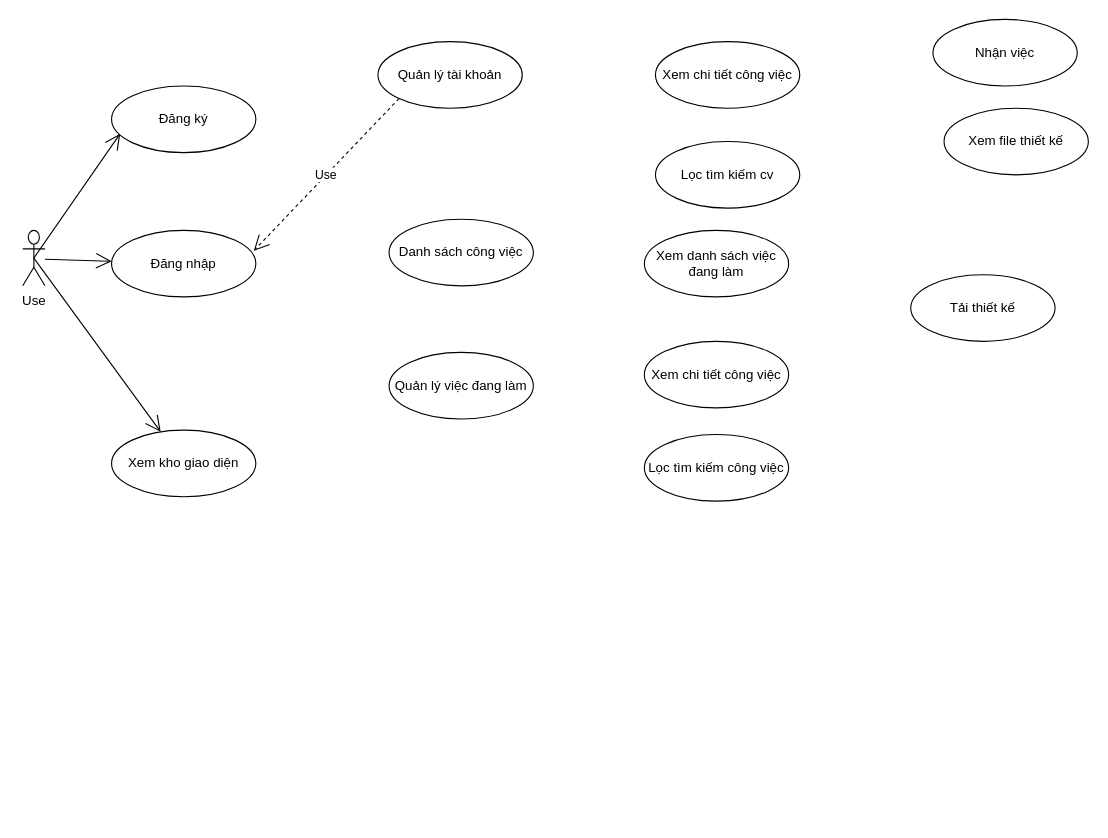
manhhaihust/mdb-docs-and-content keeps this draw.io diagram as Untitled Diagram.drawio. Above is the earlier version. Source tidied: cells renumbered, new cells numbered last; positions are measured from the earlier drawing's top-left corner, leaving out a move shared by most shapes. Both pictures are drawn from the tidied source at 111%, with x=0, y=0 at pixel (22, 19).
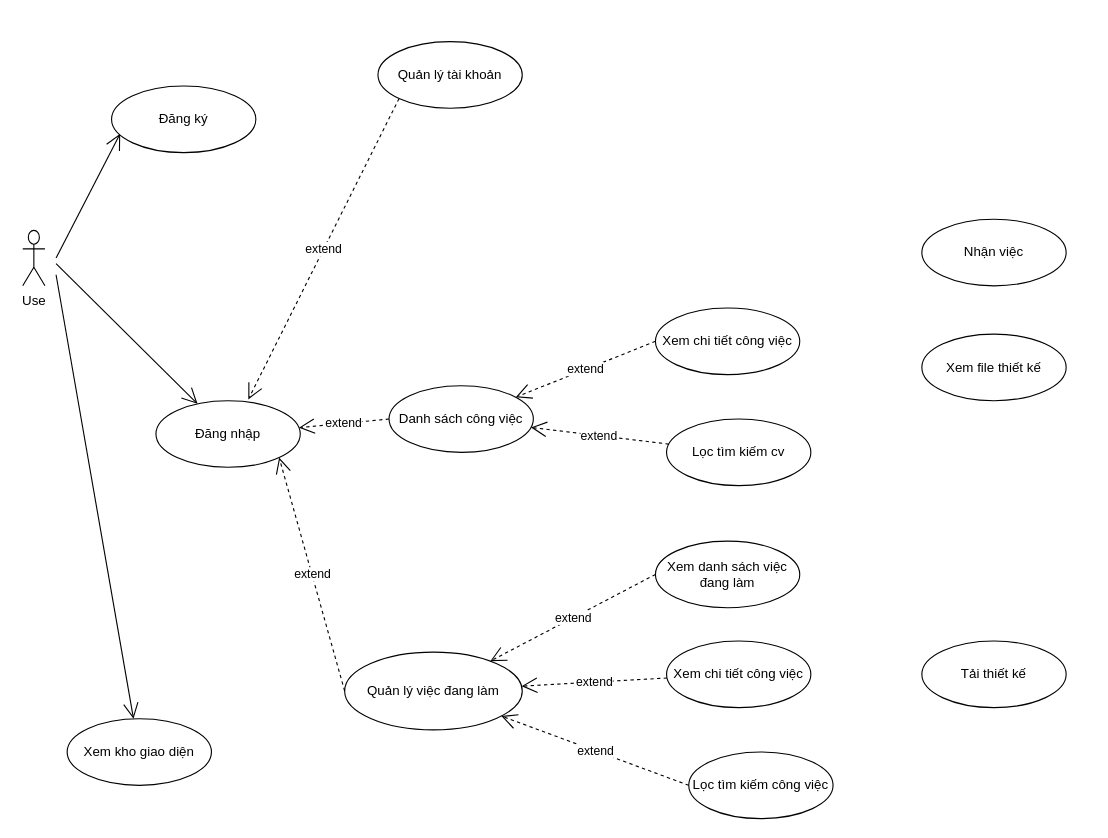
The same page after the edit.

The change refers to these unchanged cells:
```xml
<mxCell id="2" value="Use" style="shape=umlActor;verticalLabelPosition=bottom;verticalAlign=top;html=1;outlineConnect=0;" parent="1" vertex="1">
  <mxGeometry y="190" width="20" height="50" as="geometry" />
</mxCell>
<mxCell id="4" value="Đăng ký" style="ellipse;whiteSpace=wrap;html=1;" parent="1" vertex="1">
  <mxGeometry x="80" y="60" width="130" height="60" as="geometry" />
</mxCell>
<mxCell id="10" value="Quản lý tài khoản" style="ellipse;whiteSpace=wrap;html=1;" parent="1" vertex="1">
  <mxGeometry x="320" y="20" width="130" height="60" as="geometry" />
</mxCell>
```

What changed in the source:
```diff
@@
-    <mxCell id="3" style="endArrow=open;endFill=1;endSize=12;html=1;entryX=0.06;entryY=0.715;entryDx=0;entryDy=0;entryPerimeter=0;exitX=0.5;exitY=0.5;exitDx=0;exitDy=0;exitPerimeter=0;" parent="1" edge="1" source="2" target="4">
-      <mxGeometry relative="1" as="geometry" />
+    <mxCell id="3" style="endArrow=open;endFill=1;endSize=12;html=1;entryX=0.06;entryY=0.715;entryDx=0;entryDy=0;entryPerimeter=0;" parent="1" edge="1" target="4">
+      <mxGeometry relative="1" as="geometry">
+        <mxPoint x="30" y="215" as="sourcePoint" />
+      </mxGeometry>
     </mxCell>
@@
     <mxCell id="5" value="Đăng nhập" style="ellipse;whiteSpace=wrap;html=1;" parent="1" vertex="1">
-      <mxGeometry x="80" y="190" width="130" height="60" as="geometry" />
+      <mxGeometry x="120" y="343.5" width="130" height="60" as="geometry" />
     </mxCell>
     <mxCell id="6" style="endArrow=open;endFill=1;endSize=12;html=1;" parent="1" edge="1" target="5">
       <mxGeometry relative="1" as="geometry">
-        <mxPoint x="20" y="216" as="sourcePoint" />
+        <mxPoint x="30" y="220" as="sourcePoint" />
       </mxGeometry>
     </mxCell>
     <mxCell id="7" value="Xem kho giao diện" style="ellipse;whiteSpace=wrap;html=1;" parent="1" vertex="1">
-      <mxGeometry x="80" y="370" width="130" height="60" as="geometry" />
+      <mxGeometry x="40" y="630" width="130" height="60" as="geometry" />
     </mxCell>
-    <mxCell id="8" style="endArrow=open;endFill=1;endSize=12;html=1;exitX=0.5;exitY=0.5;exitDx=0;exitDy=0;exitPerimeter=0;" parent="1" edge="1" source="2" target="7">
-      <mxGeometry relative="1" as="geometry" />
+    <mxCell id="8" style="endArrow=open;endFill=1;endSize=12;html=1;" parent="1" edge="1" target="7">
+      <mxGeometry relative="1" as="geometry">
+        <mxPoint x="30" y="230" as="sourcePoint" />
+      </mxGeometry>
     </mxCell>
-    <mxCell id="9" value="Use" style="endArrow=open;endSize=12;dashed=1;html=1;entryX=0.985;entryY=0.309;entryDx=0;entryDy=0;entryPerimeter=0;exitX=0;exitY=1;exitDx=0;exitDy=0;" parent="1" edge="1" source="10" target="5">
+    <mxCell id="9" value="extend" style="endArrow=open;endSize=12;dashed=1;html=1;entryX=0.64;entryY=-0.02;entryDx=0;entryDy=0;exitX=0;exitY=1;exitDx=0;exitDy=0;entryPerimeter=0;" parent="1" edge="1" source="10" target="5">
       <mxGeometry relative="1" as="geometry" />
     </mxCell>
@@
     <mxCell id="11" value="Danh sách công việc" style="ellipse;whiteSpace=wrap;html=1;" parent="1" vertex="1">
-      <mxGeometry x="330" y="180" width="130" height="60" as="geometry" />
+      <mxGeometry x="330" y="330" width="130" height="60" as="geometry" />
     </mxCell>
     <mxCell id="12" value="Quản lý việc đang làm" style="ellipse;whiteSpace=wrap;html=1;" parent="1" vertex="1">
-      <mxGeometry x="330" y="300" width="130" height="60" as="geometry" />
+      <mxGeometry x="290" y="570" width="160" height="70" as="geometry" />
     </mxCell>
     <mxCell id="13" value="Xem danh sách việc đang làm" style="ellipse;whiteSpace=wrap;html=1;" parent="1" vertex="1">
-      <mxGeometry x="560" y="190" width="130" height="60" as="geometry" />
+      <mxGeometry x="570" y="470" width="130" height="60" as="geometry" />
     </mxCell>
     <mxCell id="14" value="Lọc tìm kiếm công việc" style="ellipse;whiteSpace=wrap;html=1;" parent="1" vertex="1">
-      <mxGeometry x="560" y="374" width="130" height="60" as="geometry" />
+      <mxGeometry x="600" y="660" width="130" height="60" as="geometry" />
     </mxCell>
     <mxCell id="15" value="Xem chi tiết công việc" style="ellipse;whiteSpace=wrap;html=1;" parent="1" vertex="1">
-      <mxGeometry x="560" y="290" width="130" height="60" as="geometry" />
+      <mxGeometry x="580" y="560" width="130" height="60" as="geometry" />
     </mxCell>
     <mxCell id="16" value="Tải thiết kế" style="ellipse;whiteSpace=wrap;html=1;" parent="1" vertex="1">
-      <mxGeometry x="800" y="230" width="130" height="60" as="geometry" />
+      <mxGeometry x="810" y="560" width="130" height="60" as="geometry" />
     </mxCell>
     <mxCell id="17" value="Xem chi tiết công việc" style="ellipse;whiteSpace=wrap;html=1;" parent="1" vertex="1">
-      <mxGeometry x="570" y="20" width="130" height="60" as="geometry" />
+      <mxGeometry x="570" y="260" width="130" height="60" as="geometry" />
     </mxCell>
     <mxCell id="18" value="Lọc tìm kiếm cv" style="ellipse;whiteSpace=wrap;html=1;" parent="1" vertex="1">
-      <mxGeometry x="570" y="110" width="130" height="60" as="geometry" />
+      <mxGeometry x="580" y="360" width="130" height="60" as="geometry" />
     </mxCell>
     <mxCell id="19" value="Nhận việc" style="ellipse;whiteSpace=wrap;html=1;" parent="1" vertex="1">
-      <mxGeometry x="820" width="130" height="60" as="geometry" />
+      <mxGeometry x="810" y="180" width="130" height="60" as="geometry" />
     </mxCell>
     <mxCell id="20" value="Xem file thiết kế" style="ellipse;whiteSpace=wrap;html=1;" parent="1" vertex="1">
-      <mxGeometry x="830" y="80" width="130" height="60" as="geometry" />
+      <mxGeometry x="810" y="283.5" width="130" height="60" as="geometry" />
     </mxCell>
+    <mxCell id="21" value="extend" style="endArrow=open;endSize=12;dashed=1;html=1;exitX=0;exitY=0.5;exitDx=0;exitDy=0;" parent="1" edge="1" source="11" target="5">
+      <mxGeometry relative="1" as="geometry" />
+    </mxCell>
+    <mxCell id="22" value="extend" style="endArrow=open;endSize=12;dashed=1;html=1;exitX=0;exitY=0.5;exitDx=0;exitDy=0;entryX=1;entryY=1;entryDx=0;entryDy=0;" parent="1" edge="1" source="12" target="5">
+      <mxGeometry relative="1" as="geometry" />
+    </mxCell>
+    <mxCell id="23" value="extend" style="endArrow=open;endSize=12;dashed=1;html=1;exitX=0;exitY=0.5;exitDx=0;exitDy=0;" parent="1" edge="1" source="17" target="11">
+      <mxGeometry relative="1" as="geometry" />
+    </mxCell>
+    <mxCell id="24" value="extend" style="endArrow=open;endSize=12;dashed=1;html=1;exitX=0;exitY=0.5;exitDx=0;exitDy=0;" parent="1" edge="1" source="13" target="12">
+      <mxGeometry relative="1" as="geometry" />
+    </mxCell>
+    <mxCell id="25" value="extend" style="endArrow=open;endSize=12;dashed=1;html=1;" parent="1" edge="1" source="15" target="12">
+      <mxGeometry relative="1" as="geometry" />
+    </mxCell>
+    <mxCell id="26" value="extend" style="endArrow=open;endSize=12;dashed=1;html=1;exitX=0;exitY=0.5;exitDx=0;exitDy=0;" parent="1" edge="1" source="14" target="12">
+      <mxGeometry relative="1" as="geometry" />
+    </mxCell>
+    <mxCell id="27" value="extend" style="endArrow=open;endSize=12;dashed=1;html=1;" parent="1" edge="1" source="18" target="11">
+      <mxGeometry relative="1" as="geometry" />
+    </mxCell>
```
